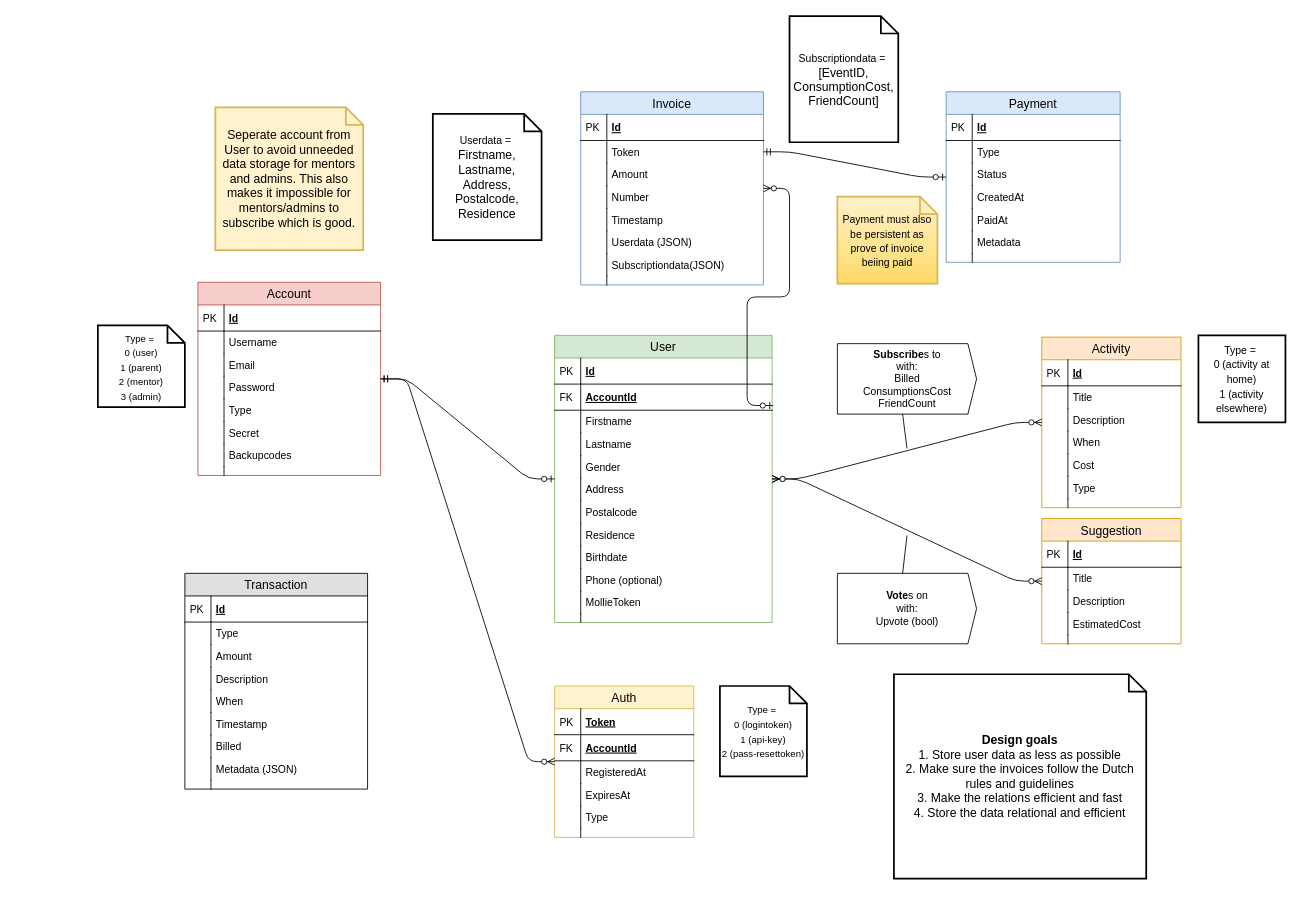
The draw.io diagram Resources/RDD.drawio in maurictg/Overstag, before the edit. Source tidied: cells renumbered, new cells numbered last; positions are measured from the earlier drawing's top-left corner, leaving out a move shared by most shapes. Both pictures are drawn from the tidied source at 87%, with x=0, y=0 at pixel (97, 16).
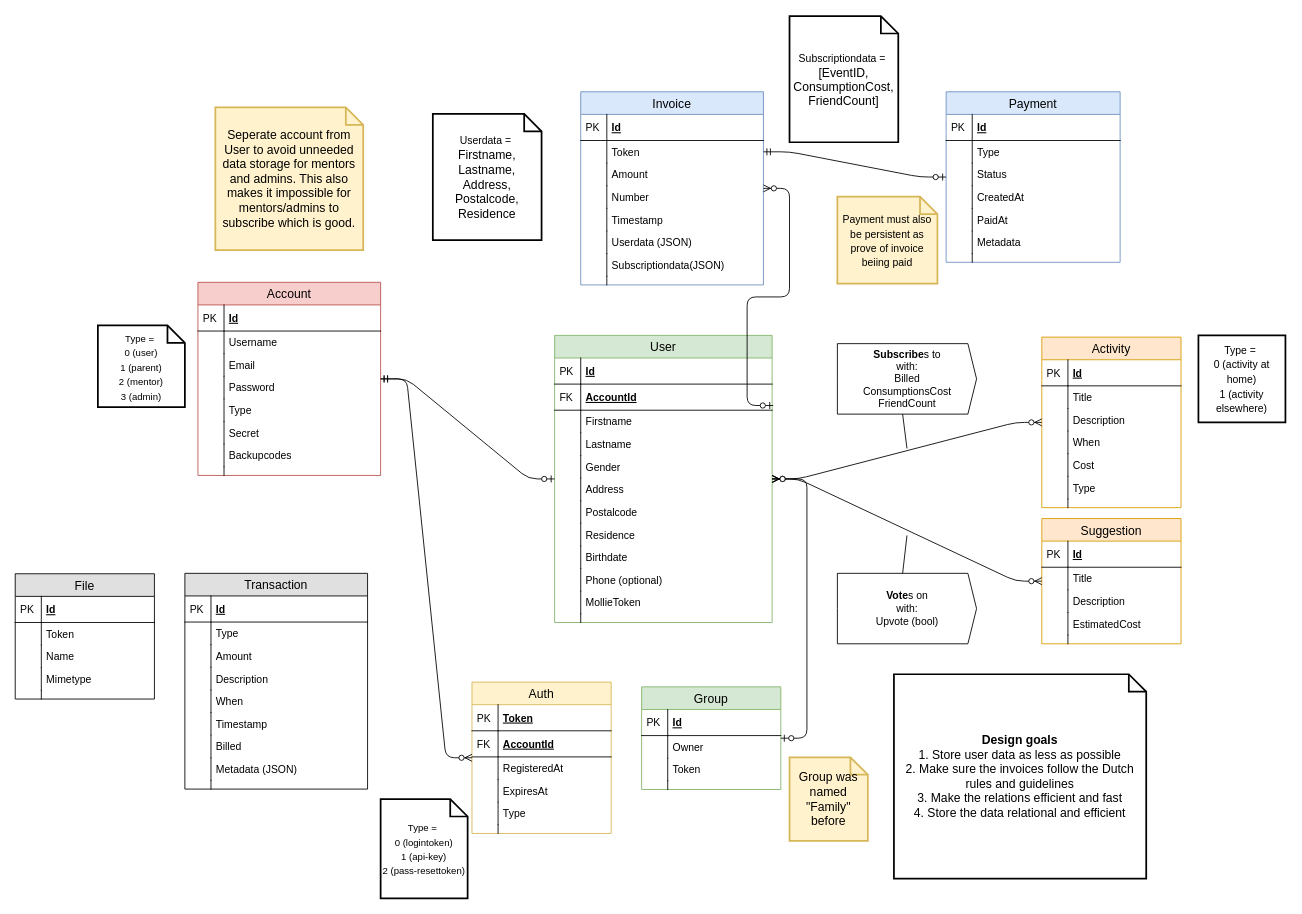
After the change.

Unchanged cells that the change refers to:
```xml
<mxCell id="19" value="User" style="swimlane;fontStyle=0;horizontal=1;startSize=26;fillColor=#d5e8d4;swimlaneFillColor=#ffffff;align=center;fontSize=14;strokeColor=#82b366;" parent="1" vertex="1">
  <mxGeometry x="525" y="367" width="250" height="330" as="geometry" />
</mxCell>
```

The edit, as a diff of the source:
```diff
@@
     <mxCell id="44" value="Auth" style="swimlane;fontStyle=0;horizontal=1;startSize=26;fillColor=#fff2cc;swimlaneFillColor=#ffffff;align=center;fontSize=14;strokeColor=#d6b656;" parent="1" vertex="1">
-      <mxGeometry x="525" y="770" width="160" height="174" as="geometry" />
+      <mxGeometry x="430" y="765.5" width="160" height="174" as="geometry" />
     </mxCell>
@@
     <mxCell id="57" value="&lt;font style=&quot;font-size: 11px&quot;&gt;Type =&amp;nbsp; &lt;br&gt;0 (logintoken) &lt;br&gt;1 (api-key) &lt;br&gt;2 (pass-resettoken)&lt;/font&gt;" style="shape=note;strokeWidth=2;fontSize=14;size=20;whiteSpace=wrap;html=1;" parent="1" vertex="1">
-      <mxGeometry x="715" y="770" width="100" height="104" as="geometry" />
+      <mxGeometry x="325" y="900" width="100" height="114" as="geometry" />
     </mxCell>
@@
-    <mxCell id="149" value="&lt;font style=&quot;font-size: 12px&quot;&gt;Payment must also be persistent as prove of invoice beiing paid&lt;/font&gt;" style="shape=note;strokeWidth=2;fontSize=14;size=20;whiteSpace=wrap;html=1;fillColor=#fff2cc;gradientColor=#ffd966;strokeColor=#d6b656;" parent="1" vertex="1">
+    <mxCell id="149" value="&lt;font style=&quot;font-size: 12px&quot;&gt;Payment must also be persistent as prove of invoice beiing paid&lt;/font&gt;" style="shape=note;strokeWidth=2;fontSize=14;size=20;whiteSpace=wrap;html=1;fillColor=#fff2cc;strokeColor=#d6b656;" parent="1" vertex="1">
       <mxGeometry x="850" y="207.5" width="115" height="100" as="geometry" />
     </mxCell>
@@
+    <mxCell id="152" value="File" style="swimlane;fontStyle=0;horizontal=1;startSize=26;fillColor=#e0e0e0;swimlaneFillColor=#ffffff;align=center;fontSize=14;" parent="1" vertex="1">
+      <mxGeometry x="-95" y="641" width="160" height="144" as="geometry" />
+    </mxCell>
+    <mxCell id="153" value="Id" style="shape=partialRectangle;top=0;left=0;right=0;bottom=1;align=left;verticalAlign=middle;fillColor=none;spacingLeft=34;spacingRight=4;overflow=hidden;fontStyle=5;fontSize=12;" parent="152" vertex="1">
+      <mxGeometry y="26" width="160" height="30" as="geometry" />
+    </mxCell>
+    <mxCell id="154" value="PK" style="shape=partialRectangle;top=0;left=0;bottom=0;fillColor=none;align=left;verticalAlign=middle;spacingLeft=4;spacingRight=4;overflow=hidden;fontSize=12;" parent="153" vertex="1">
+      <mxGeometry width="30" height="30" as="geometry" />
+    </mxCell>
+    <mxCell id="155" value="Token" style="shape=partialRectangle;top=0;left=0;right=0;bottom=0;align=left;verticalAlign=top;fillColor=none;spacingLeft=34;spacingRight=4;overflow=hidden;fontSize=12;" parent="152" vertex="1">
+      <mxGeometry y="56" width="160" height="26" as="geometry" />
+    </mxCell>
+    <mxCell id="156" style="shape=partialRectangle;top=0;left=0;bottom=0;fillColor=none;align=left;verticalAlign=top;spacingLeft=4;spacingRight=4;overflow=hidden;fontSize=12;" parent="155" vertex="1">
+      <mxGeometry width="30" height="26" as="geometry" />
+    </mxCell>
+    <mxCell id="157" value="Name" style="shape=partialRectangle;top=0;left=0;right=0;bottom=0;align=left;verticalAlign=top;fillColor=none;spacingLeft=34;spacingRight=4;overflow=hidden;fontSize=12;" parent="152" vertex="1">
+      <mxGeometry y="82" width="160" height="26" as="geometry" />
+    </mxCell>
+    <mxCell id="158" style="shape=partialRectangle;top=0;left=0;bottom=0;fillColor=none;align=left;verticalAlign=top;spacingLeft=4;spacingRight=4;overflow=hidden;fontSize=12;" parent="157" vertex="1">
+      <mxGeometry width="30" height="26" as="geometry" />
+    </mxCell>
+    <mxCell id="159" value="Mimetype" style="shape=partialRectangle;top=0;left=0;right=0;bottom=0;align=left;verticalAlign=top;fillColor=none;spacingLeft=34;spacingRight=4;overflow=hidden;fontSize=12;" parent="152" vertex="1">
+      <mxGeometry y="108" width="160" height="26" as="geometry" />
+    </mxCell>
+    <mxCell id="160" style="shape=partialRectangle;top=0;left=0;bottom=0;fillColor=none;align=left;verticalAlign=top;spacingLeft=4;spacingRight=4;overflow=hidden;fontSize=12;" parent="159" vertex="1">
+      <mxGeometry width="30" height="26" as="geometry" />
+    </mxCell>
+    <mxCell id="161" style="shape=partialRectangle;top=0;left=0;right=0;bottom=0;align=left;verticalAlign=top;fillColor=none;spacingLeft=34;spacingRight=4;overflow=hidden;fontSize=12;" parent="152" vertex="1">
+      <mxGeometry y="134" width="160" height="10" as="geometry" />
+    </mxCell>
+    <mxCell id="162" style="shape=partialRectangle;top=0;left=0;bottom=0;fillColor=none;align=left;verticalAlign=top;spacingLeft=4;spacingRight=4;overflow=hidden;fontSize=12;" parent="161" vertex="1">
+      <mxGeometry width="30" height="10" as="geometry" />
+    </mxCell>
+    <mxCell id="163" value="Group" style="swimlane;fontStyle=0;horizontal=1;startSize=26;fillColor=#d5e8d4;swimlaneFillColor=#ffffff;align=center;fontSize=14;strokeColor=#82b366;" parent="1" vertex="1">
+      <mxGeometry x="625" y="771" width="160" height="118" as="geometry" />
+    </mxCell>
+    <mxCell id="164" value="Id" style="shape=partialRectangle;top=0;left=0;right=0;bottom=1;align=left;verticalAlign=middle;fillColor=none;spacingLeft=34;spacingRight=4;overflow=hidden;fontStyle=5;fontSize=12;" parent="163" vertex="1">
+      <mxGeometry y="26" width="160" height="30" as="geometry" />
+    </mxCell>
+    <mxCell id="165" value="PK" style="shape=partialRectangle;top=0;left=0;bottom=0;fillColor=none;align=left;verticalAlign=middle;spacingLeft=4;spacingRight=4;overflow=hidden;fontSize=12;" parent="164" vertex="1">
+      <mxGeometry width="30" height="30" as="geometry" />
+    </mxCell>
+    <mxCell id="166" value="Owner" style="shape=partialRectangle;top=0;left=0;right=0;bottom=0;align=left;verticalAlign=top;fillColor=none;spacingLeft=34;spacingRight=4;overflow=hidden;fontSize=12;" parent="163" vertex="1">
+      <mxGeometry y="56" width="160" height="26" as="geometry" />
+    </mxCell>
+    <mxCell id="167" style="shape=partialRectangle;top=0;left=0;bottom=0;fillColor=none;align=left;verticalAlign=top;spacingLeft=4;spacingRight=4;overflow=hidden;fontSize=12;" parent="166" vertex="1">
+      <mxGeometry width="30" height="26" as="geometry" />
+    </mxCell>
+    <mxCell id="168" value="Token" style="shape=partialRectangle;top=0;left=0;right=0;bottom=0;align=left;verticalAlign=top;fillColor=none;spacingLeft=34;spacingRight=4;overflow=hidden;fontSize=12;" parent="163" vertex="1">
+      <mxGeometry y="82" width="160" height="26" as="geometry" />
+    </mxCell>
+    <mxCell id="169" style="shape=partialRectangle;top=0;left=0;bottom=0;fillColor=none;align=left;verticalAlign=top;spacingLeft=4;spacingRight=4;overflow=hidden;fontSize=12;" parent="168" vertex="1">
+      <mxGeometry width="30" height="26" as="geometry" />
+    </mxCell>
+    <mxCell id="170" style="shape=partialRectangle;top=0;left=0;right=0;bottom=0;align=left;verticalAlign=top;fillColor=none;spacingLeft=34;spacingRight=4;overflow=hidden;fontSize=12;" parent="163" vertex="1">
+      <mxGeometry y="108" width="160" height="10" as="geometry" />
+    </mxCell>
+    <mxCell id="171" style="shape=partialRectangle;top=0;left=0;bottom=0;fillColor=none;align=left;verticalAlign=top;spacingLeft=4;spacingRight=4;overflow=hidden;fontSize=12;" parent="170" vertex="1">
+      <mxGeometry width="30" height="10" as="geometry" />
+    </mxCell>
+    <mxCell id="172" style="edgeStyle=entityRelationEdgeStyle;fontSize=12;html=1;endArrow=ERzeroToMany;startArrow=ERzeroToOne;" parent="1" edge="1" source="163" target="19">
+      <mxGeometry relative="1" as="geometry" />
+    </mxCell>
+    <mxCell id="173" value="Group was named &quot;Family&quot; before" style="shape=note;strokeWidth=2;fontSize=14;size=20;whiteSpace=wrap;html=1;fillColor=#fff2cc;strokeColor=#d6b656;" parent="1" vertex="1">
+      <mxGeometry x="795" y="852" width="90" height="96" as="geometry" />
+    </mxCell>
```
